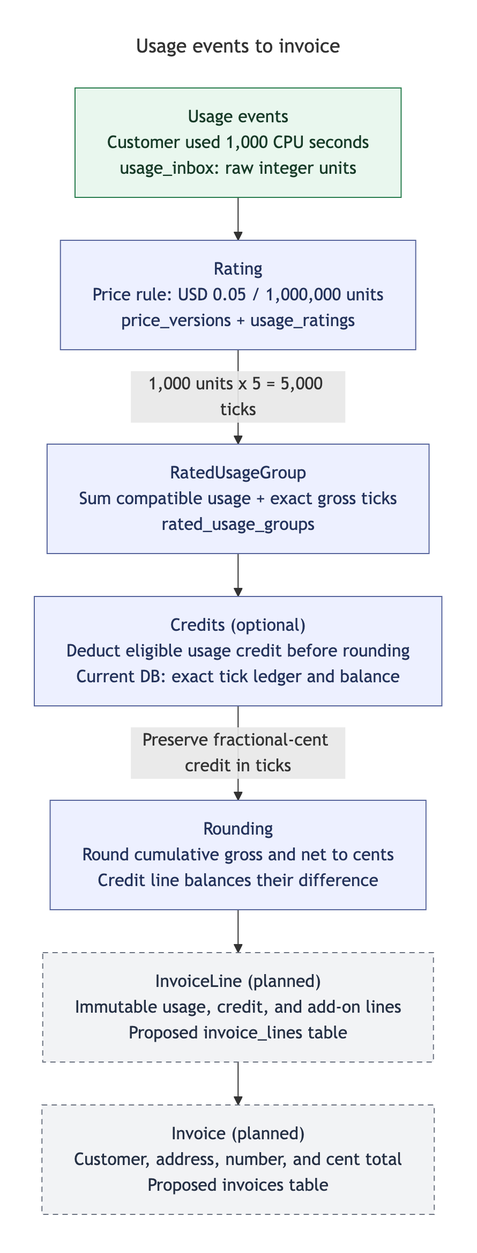
Above: docs/diagrams/usage-to-invoice/usage-to-invoice.png in pupitooo/e2b-billing-api (Mermaid), before the change. Its source is kept beside it as docs/diagrams/usage-to-invoice/usage-to-invoice.mmd.
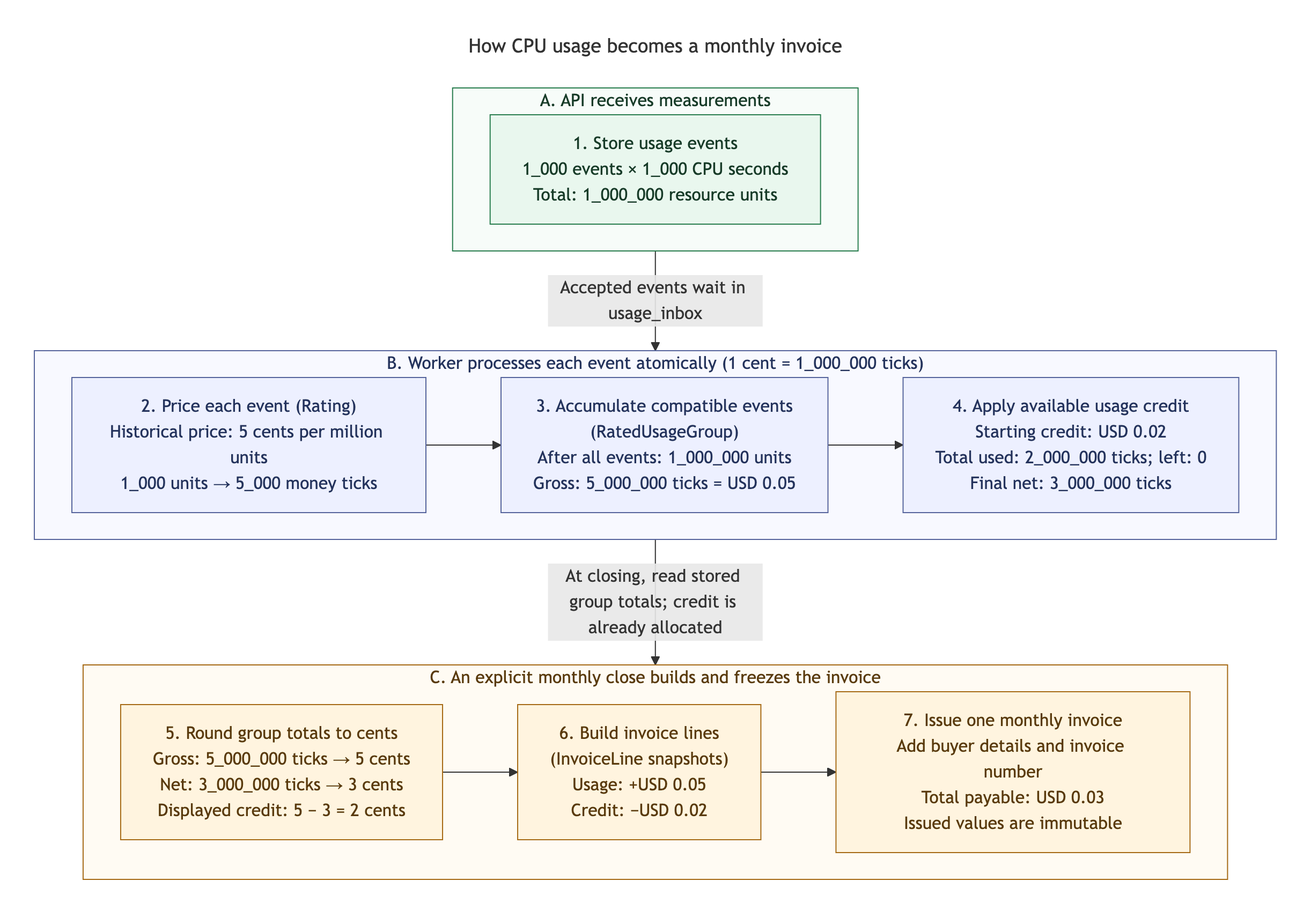
After the change.

Commit message:
Document billing architecture and final acceptance testing (#27)

What changed in the source:
```diff
@@ -1,32 +1,46 @@
 ---
-title: Usage events to invoice
+title: How CPU usage becomes a monthly invoice
 config:
   layout: dagre
   flowchart:
-    wrappingWidth: 340
-    nodeSpacing: 35
-    rankSpacing: 40
+    wrappingWidth: 270
+    nodeSpacing: 30
+    rankSpacing: 45
     useMaxWidth: false
 ---
 flowchart TB
-    events["Usage events<br/>Customer used 1,000 CPU seconds<br/>usage_inbox: raw integer units"]
-    rating["Rating<br/>Price rule: USD 0.05 / 1,000,000 units<br/>price_versions + usage_ratings"]
-    group["RatedUsageGroup<br/>Sum compatible usage + exact gross ticks<br/>rated_usage_groups"]
-    credits["Credits (optional)<br/>Deduct eligible usage credit before rounding<br/>Current DB: exact tick ledger and balance"]
-    rounding["Rounding<br/>Round cumulative gross and net to cents<br/>Credit line balances their difference"]
-    line["InvoiceLine (planned)<br/>Immutable usage, credit, and add-on lines<br/>Proposed invoice_lines table"]
-    invoice["Invoice (planned)<br/>Customer, address, number, and cent total<br/>Proposed invoices table"]
+    subgraph intake["A. API receives measurements"]
+        events["1. Store usage events<br/>1_000 events × 1_000 CPU seconds<br/>Total: 1_000_000 resource units"]
+    end
 
-    events --> rating
-    rating -->|"1,000 units x 5 = 5,000 ticks"| group
-    group --> credits
-    credits -->|"Preserve fractional-cent credit in ticks"| rounding
-    rounding --> line
-    line --> invoice
+    subgraph processing["B. Worker processes each event atomically (1 cent = 1_000_000 ticks)"]
+        direction LR
+        rating["2. Price each event (Rating)<br/>Historical price: 5 cents per million units<br/>1_000 units → 5_000 money ticks"]
+        group["3. Accumulate compatible events<br/>(RatedUsageGroup)<br/>After all events: 1_000_000 units<br/>Gross: 5_000_000 ticks = USD 0.05"]
+        credits["4. Apply available usage credit<br/>Starting credit: USD 0.02<br/>Total used: 2_000_000 ticks; left: 0<br/>Final net: 3_000_000 ticks"]
+
+        rating --> group --> credits
+    end
+
+    subgraph closing["C. An explicit monthly close builds and freezes the invoice"]
+        direction LR
+        rounding["5. Round group totals to cents<br/>Gross: 5_000_000 ticks → 5 cents<br/>Net: 3_000_000 ticks → 3 cents<br/>Displayed credit: 5 − 3 = 2 cents"]
+        lines["6. Build invoice lines<br/>(InvoiceLine snapshots)<br/>Usage: +USD 0.05<br/>Credit: −USD 0.02"]
+        invoice["7. Issue one monthly invoice<br/>Add buyer details and invoice number<br/>Total payable: USD 0.03<br/>Issued values are immutable"]
+
+        rounding --> lines --> invoice
+    end
+
+    intake -->|"Accepted events wait in usage_inbox"| processing
+    processing -->|"At closing, read stored group totals; credit is already allocated"| closing
 
     classDef input fill:#e9f7ee,stroke:#287d4e,color:#173b28;
     classDef accounting fill:#edf0ff,stroke:#56649c,color:#24335c;
-    classDef planned fill:#f2f3f5,stroke:#6b7280,color:#253044,stroke-dasharray:5 4;
+    classDef document fill:#fff4df,stroke:#a66a15,color:#593a0c;
     class events input;
-    class rating,group,credits,rounding accounting;
-    class line,invoice planned;
+    class rating,group,credits accounting;
+    class rounding,lines,invoice document;
+
+    style intake fill:#f7fcf9,stroke:#287d4e,color:#173b28;
+    style processing fill:#f8f9ff,stroke:#56649c,color:#24335c;
+    style closing fill:#fffbf3,stroke:#a66a15,color:#593a0c;
```
